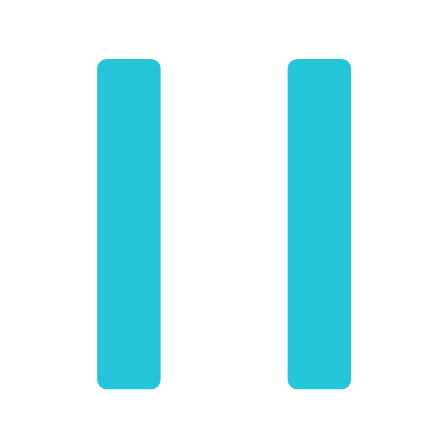
This is public/ha.drawio from yue-fukahi/ohamachidice, a draw.io file, before an edit. Source tidied: cells renumbered, new cells numbered last; positions are measured from the earlier drawing's top-left corner, leaving out a move shared by most shapes. Both pictures are drawn from the tidied source at 127%, with x=0, y=0 at pixel (20, 20).
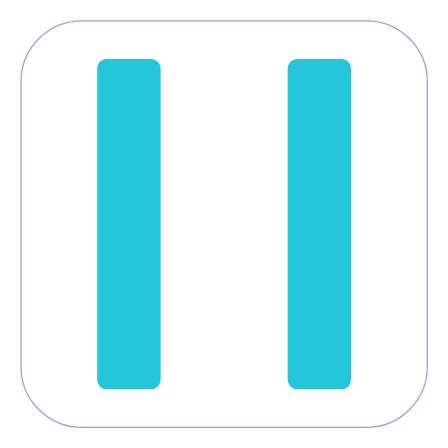
After the change.

Diff of the diagram source:
```diff
@@
 <mxGraphModel>
   <root>
     <mxCell id="0" />
     <mxCell id="1" parent="0" />
-    <mxCell id="2" style="whiteSpace=wrap;html=1;rounded=1;fillColor=#FFFFFF;strokeColor=none;" parent="1" vertex="1">
+    <mxCell id="2" style="whiteSpace=wrap;html=1;rounded=1;fillColor=#FFFFFF;strokeColor=#9999FF;" parent="1" vertex="1">
       <mxGeometry width="320" height="320" as="geometry" />
     </mxCell>
     <mxCell id="3" style="whiteSpace=wrap;html=1;rounded=1;fillColor=#26C6DA;strokeColor=none;" parent="1" vertex="1">
       <mxGeometry x="210" y="30" width="50" height="260" as="geometry" />
     </mxCell>
     <mxCell id="4" style="whiteSpace=wrap;html=1;rounded=1;fillColor=#26C6DA;strokeColor=none;" parent="1" vertex="1">
       <mxGeometry x="60" y="30" width="50" height="260" as="geometry" />
     </mxCell>
   </root>
 </mxGraphModel>
```
